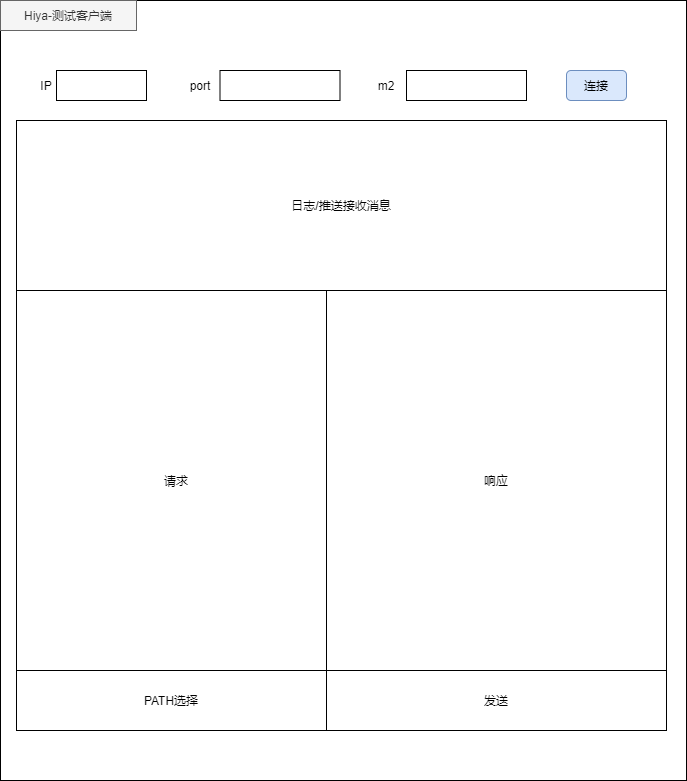
This is hiya-client.png from aizsfgk/cdn, a draw.io export, as it was before one commit. Source tidied: cells renumbered, new cells last; positions are measured from the earlier drawing's top-left corner, leaving out a move shared by most shapes. The source it was exported from:
```xml
<mxGraphModel>
  <root>
    <mxCell id="0" />
    <mxCell id="1" parent="0" />
    <mxCell id="2" style="rounded=0;whiteSpace=wrap;html=1;" parent="1" vertex="1">
      <mxGeometry width="686" height="780" as="geometry" />
    </mxCell>
    <mxCell id="3" style="rounded=0;whiteSpace=wrap;html=1;" parent="1" vertex="1">
      <mxGeometry x="56" y="70" width="90" height="30" as="geometry" />
    </mxCell>
    <mxCell id="4" value="IP" style="text;html=1;strokeColor=none;fillColor=none;align=center;verticalAlign=middle;whiteSpace=wrap;rounded=0;" parent="1" vertex="1">
      <mxGeometry x="26" y="75" width="40" height="20" as="geometry" />
    </mxCell>
    <mxCell id="5" style="rounded=0;whiteSpace=wrap;html=1;" parent="1" vertex="1">
      <mxGeometry x="219.5" y="70" width="120" height="30" as="geometry" />
    </mxCell>
    <mxCell id="6" value="port" style="text;html=1;strokeColor=none;fillColor=none;align=center;verticalAlign=middle;whiteSpace=wrap;rounded=0;" parent="1" vertex="1">
      <mxGeometry x="179.5" y="75" width="40" height="20" as="geometry" />
    </mxCell>
    <mxCell id="7" style="rounded=0;whiteSpace=wrap;html=1;" parent="1" vertex="1">
      <mxGeometry x="406" y="70" width="120" height="30" as="geometry" />
    </mxCell>
    <mxCell id="8" style="edgeStyle=orthogonalEdgeStyle;rounded=0;orthogonalLoop=1;jettySize=auto;html=1;entryX=0.25;entryY=1;entryDx=0;entryDy=0;" parent="1" edge="1">
      <mxGeometry relative="1" as="geometry">
        <mxPoint x="546" y="95" as="sourcePoint" />
        <mxPoint x="546" y="95" as="targetPoint" />
      </mxGeometry>
    </mxCell>
    <mxCell id="9" value="连接" style="rounded=1;whiteSpace=wrap;html=1;fillColor=#dae8fc;strokeColor=#6c8ebf;" parent="1" vertex="1">
      <mxGeometry x="566" y="70" width="60" height="30" as="geometry" />
    </mxCell>
    <mxCell id="10" value="m2" style="text;html=1;strokeColor=none;fillColor=none;align=center;verticalAlign=middle;whiteSpace=wrap;rounded=0;" parent="1" vertex="1">
      <mxGeometry x="366" y="75" width="40" height="20" as="geometry" />
    </mxCell>
    <mxCell id="11" value="请求" style="rounded=0;whiteSpace=wrap;html=1;" parent="1" vertex="1">
      <mxGeometry x="16" y="290" width="320" height="380" as="geometry" />
    </mxCell>
    <mxCell id="12" value="响应" style="rounded=0;whiteSpace=wrap;html=1;" parent="1" vertex="1">
      <mxGeometry x="326" y="290" width="340" height="380" as="geometry" />
    </mxCell>
    <mxCell id="13" value="日志/推送接收消息" style="rounded=0;whiteSpace=wrap;html=1;" parent="1" vertex="1">
      <mxGeometry x="16" y="120" width="650" height="170" as="geometry" />
    </mxCell>
    <mxCell id="14" value="发送" style="rounded=0;whiteSpace=wrap;html=1;" parent="1" vertex="1">
      <mxGeometry x="326" y="670" width="340" height="60" as="geometry" />
    </mxCell>
    <mxCell id="15" value="PATH选择" style="rounded=0;whiteSpace=wrap;html=1;" parent="1" vertex="1">
      <mxGeometry x="16" y="670" width="310" height="60" as="geometry" />
    </mxCell>
    <mxCell id="16" value="Hiya-测试客户端" style="text;html=1;strokeColor=#666666;fillColor=#f5f5f5;align=center;verticalAlign=middle;whiteSpace=wrap;rounded=0;fontColor=#333333;" parent="1" vertex="1">
      <mxGeometry width="136" height="30" as="geometry" />
    </mxCell>
  </root>
</mxGraphModel>
```
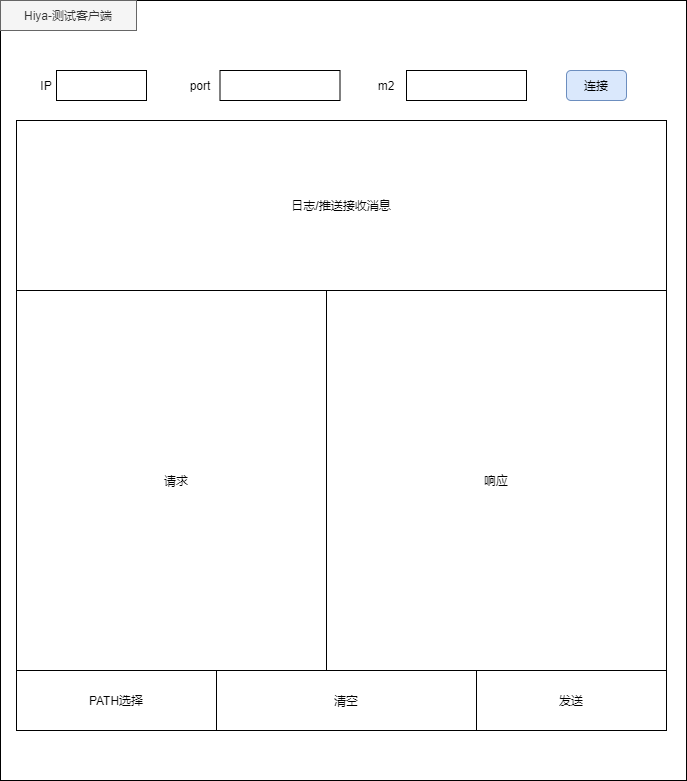
The same diagram one commit later.

The edit, as a diff of the source:
```diff
@@ -42,13 +42,16 @@
       <mxGeometry x="16" y="120" width="650" height="170" as="geometry" />
     </mxCell>
     <mxCell id="14" value="发送" style="rounded=0;whiteSpace=wrap;html=1;" parent="1" vertex="1">
-      <mxGeometry x="326" y="670" width="340" height="60" as="geometry" />
+      <mxGeometry x="476" y="670" width="190" height="60" as="geometry" />
     </mxCell>
     <mxCell id="15" value="PATH选择" style="rounded=0;whiteSpace=wrap;html=1;" parent="1" vertex="1">
-      <mxGeometry x="16" y="670" width="310" height="60" as="geometry" />
+      <mxGeometry x="16" y="670" width="200" height="60" as="geometry" />
     </mxCell>
     <mxCell id="16" value="Hiya-测试客户端" style="text;html=1;strokeColor=#666666;fillColor=#f5f5f5;align=center;verticalAlign=middle;whiteSpace=wrap;rounded=0;fontColor=#333333;" parent="1" vertex="1">
       <mxGeometry width="136" height="30" as="geometry" />
     </mxCell>
+    <mxCell id="17" value="清空" style="rounded=0;whiteSpace=wrap;html=1;" parent="1" vertex="1">
+      <mxGeometry x="216" y="670" width="260" height="60" as="geometry" />
+    </mxCell>
   </root>
 </mxGraphModel>
```
